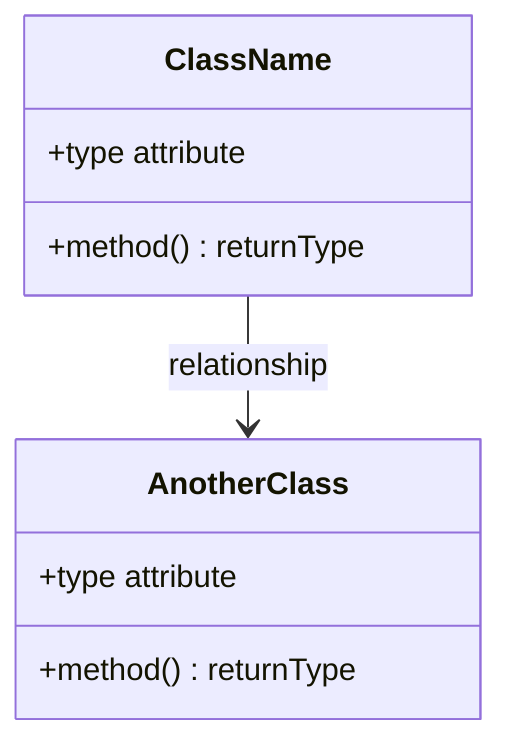
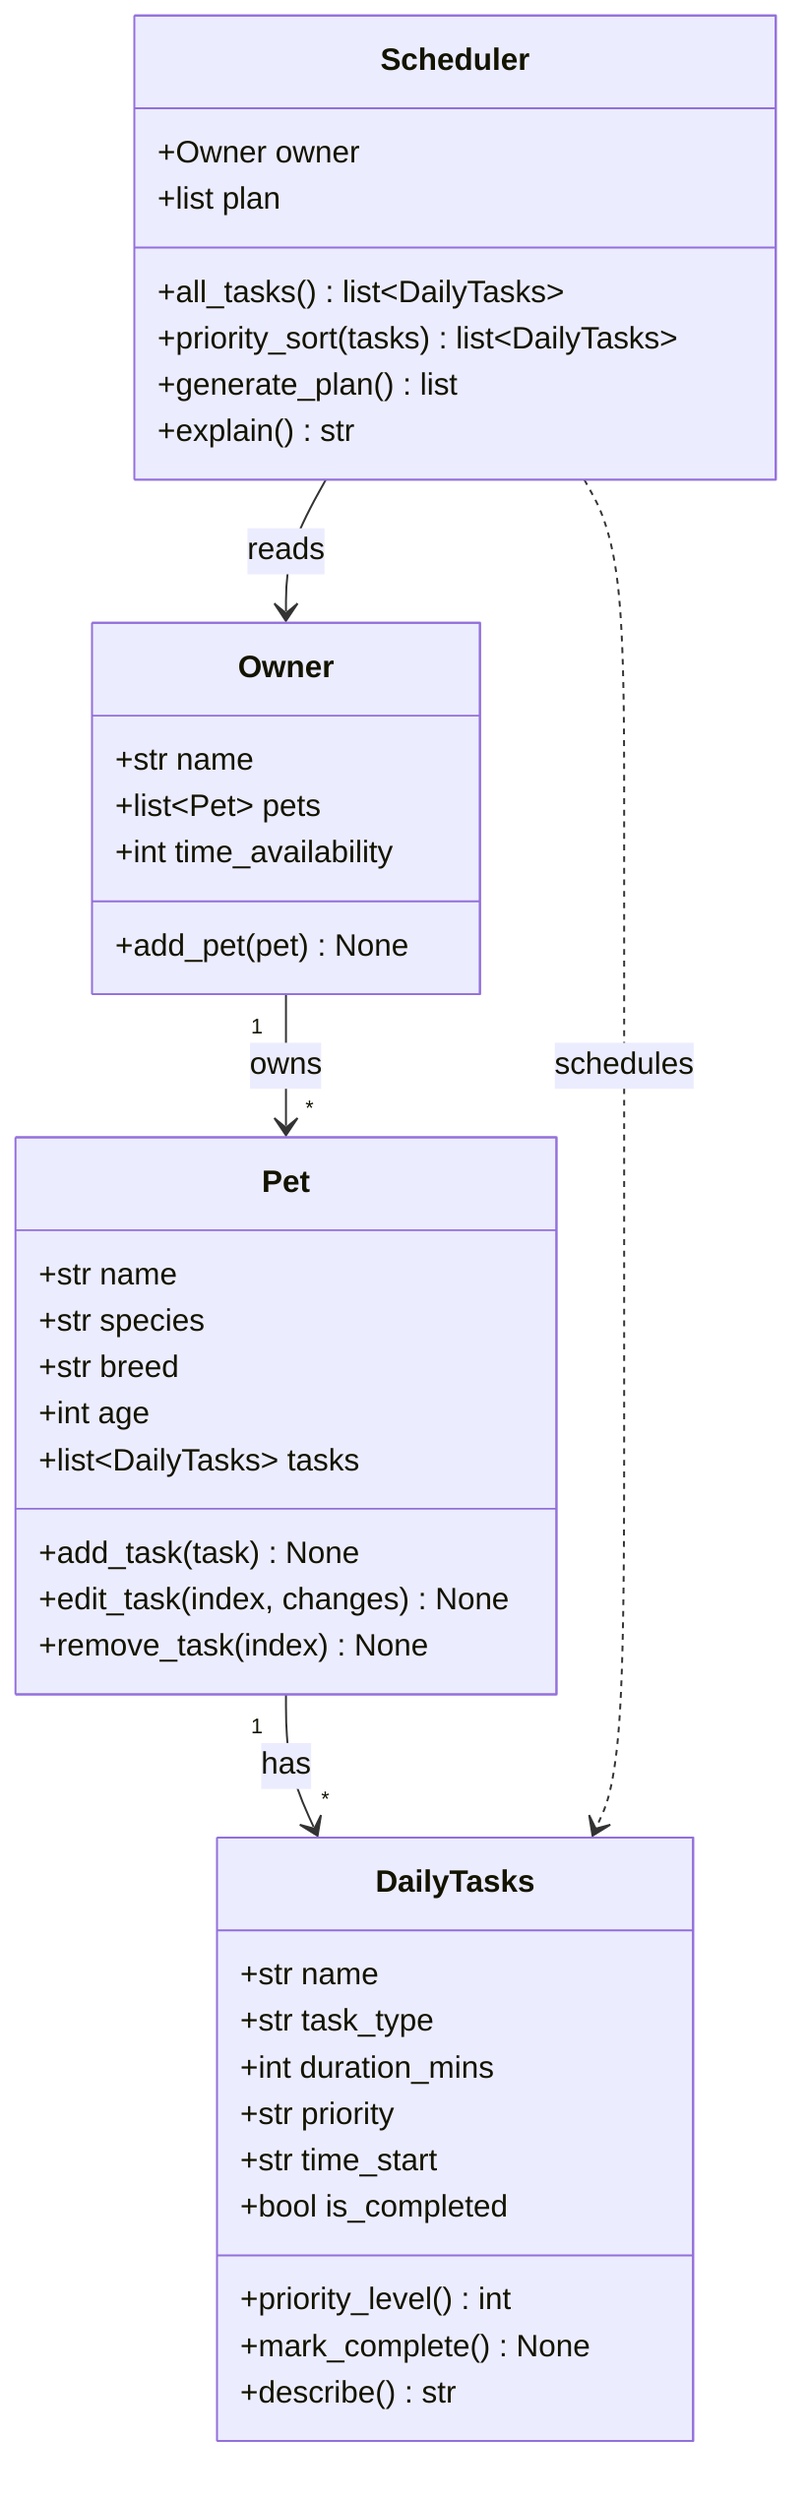
classDiagram
-     %% Replace the placeholders below with your actual classes, attributes, methods, and relationships.
-     %% Keep this file updated so it matches your final implementation.
- 
-     class ClassName {
-         +type attribute
-         +method() returnType
+     class Owner {
+         +str name
+         +list~Pet~ pets
+         +int time_availability
+         +add_pet(pet) None
    }

-     class AnotherClass {
-         +type attribute
-         +method() returnType
+     class Pet {
+         +str name
+         +str species
+         +str breed
+         +int age
+         +list~DailyTasks~ tasks
+         +add_task(task) None
+         +edit_task(index, changes) None
+         +remove_task(index) None
    }

-     ClassName --> AnotherClass : relationship
+     class DailyTasks {
+         +str name
+         +str task_type
+         +int duration_mins
+         +str priority
+         +str time_start
+         +bool is_completed
+         +priority_level() int
+         +mark_complete() None
+         +describe() str
+     }
+ 
+     class Scheduler {
+         +Owner owner
+         +list plan
+         +all_tasks() list~DailyTasks~
+         +priority_sort(tasks) list~DailyTasks~
+         +generate_plan() list
+         +explain() str
+     }
+ 
+     Owner "1" --> "*" Pet : owns
+     Pet "1" --> "*" DailyTasks : has
+     Scheduler --> Owner : reads
+     Scheduler ..> DailyTasks : schedules
